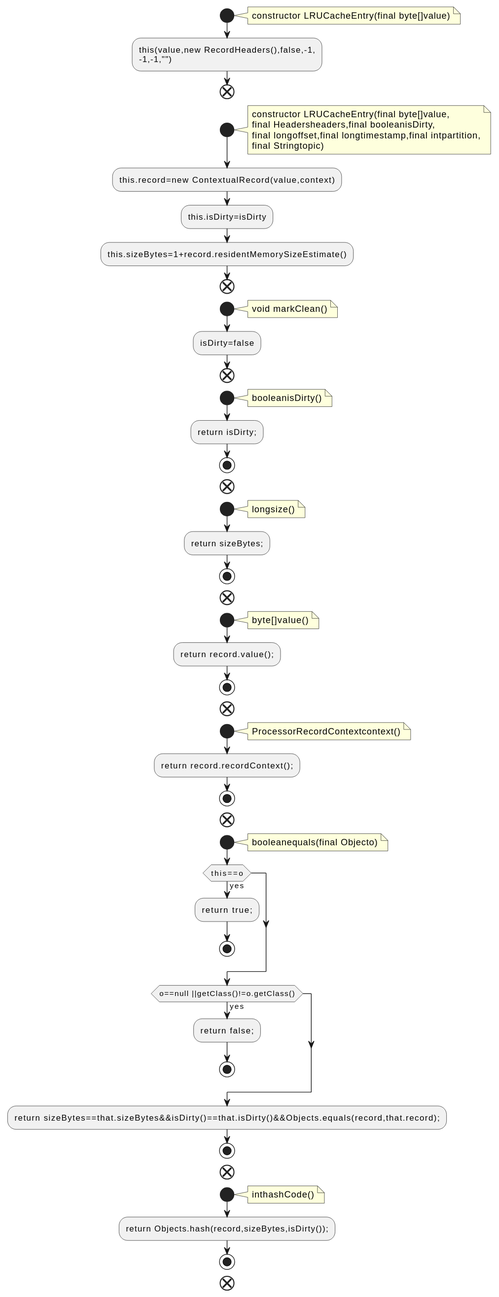
Earlier version of the PlantUML export docs/qc/streams/src/main/java/org/apache/kafka/streams/state/internals/LRUCacheEntry.java.fct.svg (qualitesys/kafka).
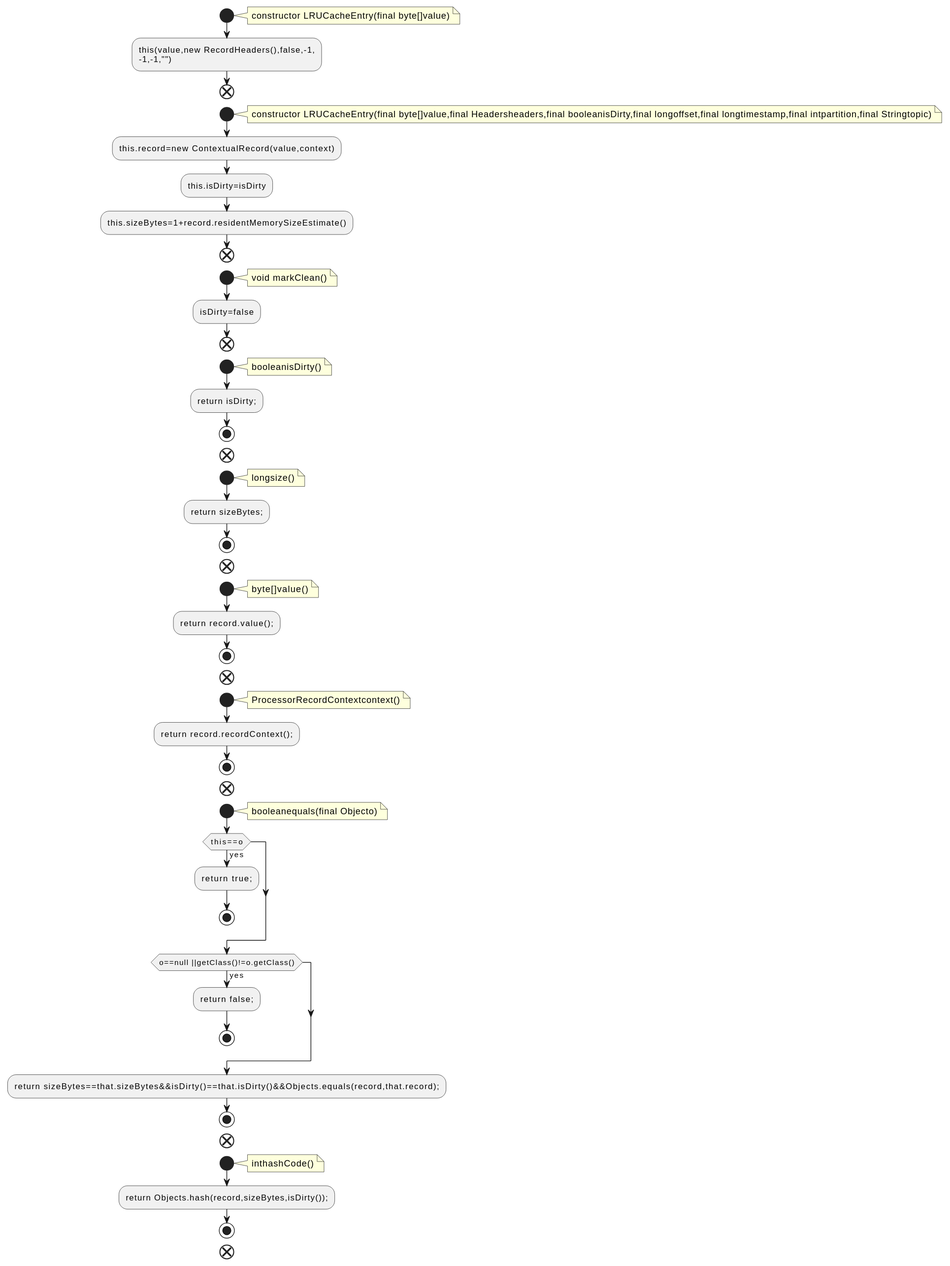
After the commit.

What changed in the source:
```diff
@@ -9,10 +9,7 @@
 end
 start
 note right
-constructor LRUCacheEntry(final byte[]value,
-final Headersheaders,final booleanisDirty,
-final longoffset,final longtimestamp,final intpartition,
-final Stringtopic)
+constructor LRUCacheEntry(final byte[]value,final Headersheaders,final booleanisDirty,final longoffset,final longtimestamp,final intpartition,final Stringtopic)
 end note
 :this.record=new ContextualRecord(value,context);
 :this.isDirty=isDirty;
```
